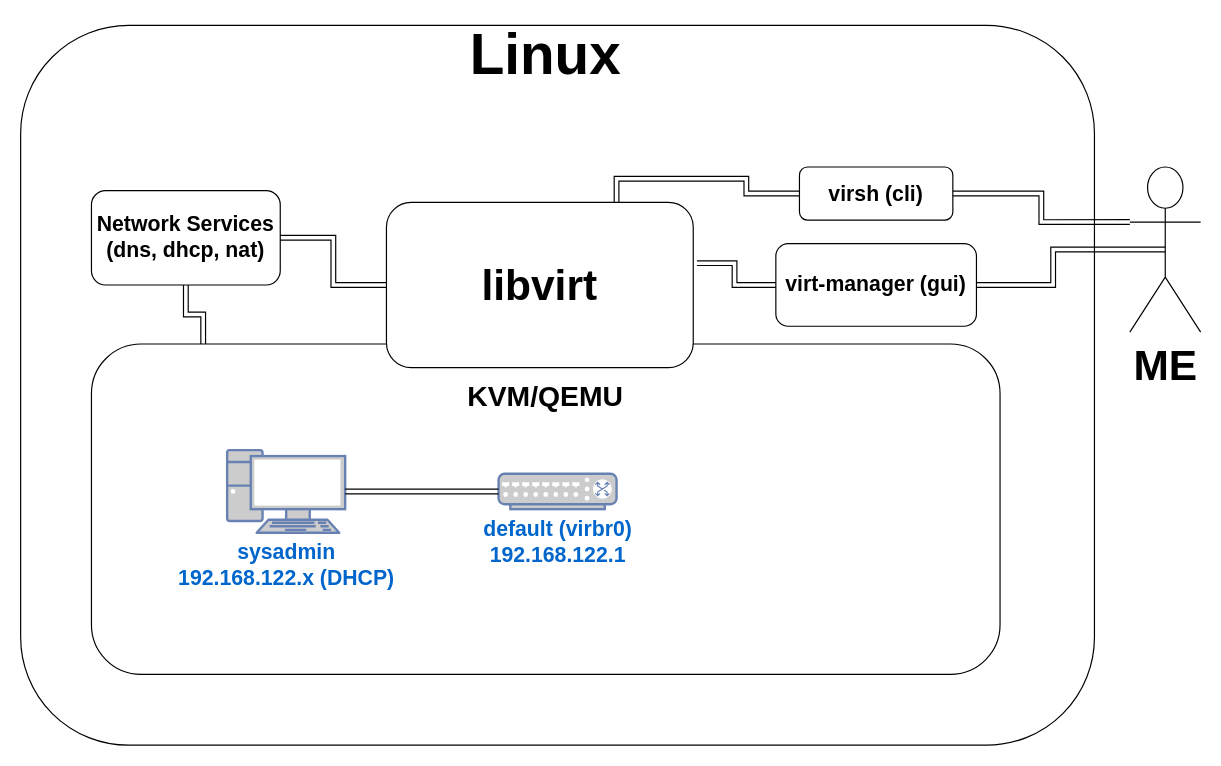
The draw.io diagram content/labs/diagrams/lab-00-setup.drawio in bsebhat/bsebhat.github.io, before the edit. Source tidied: cells renumbered, new cells numbered last; positions are measured from the earlier drawing's top-left corner, leaving out a move shared by most shapes. Both pictures are drawn from the tidied source at 118%, with x=0, y=0 at pixel (20, 25).
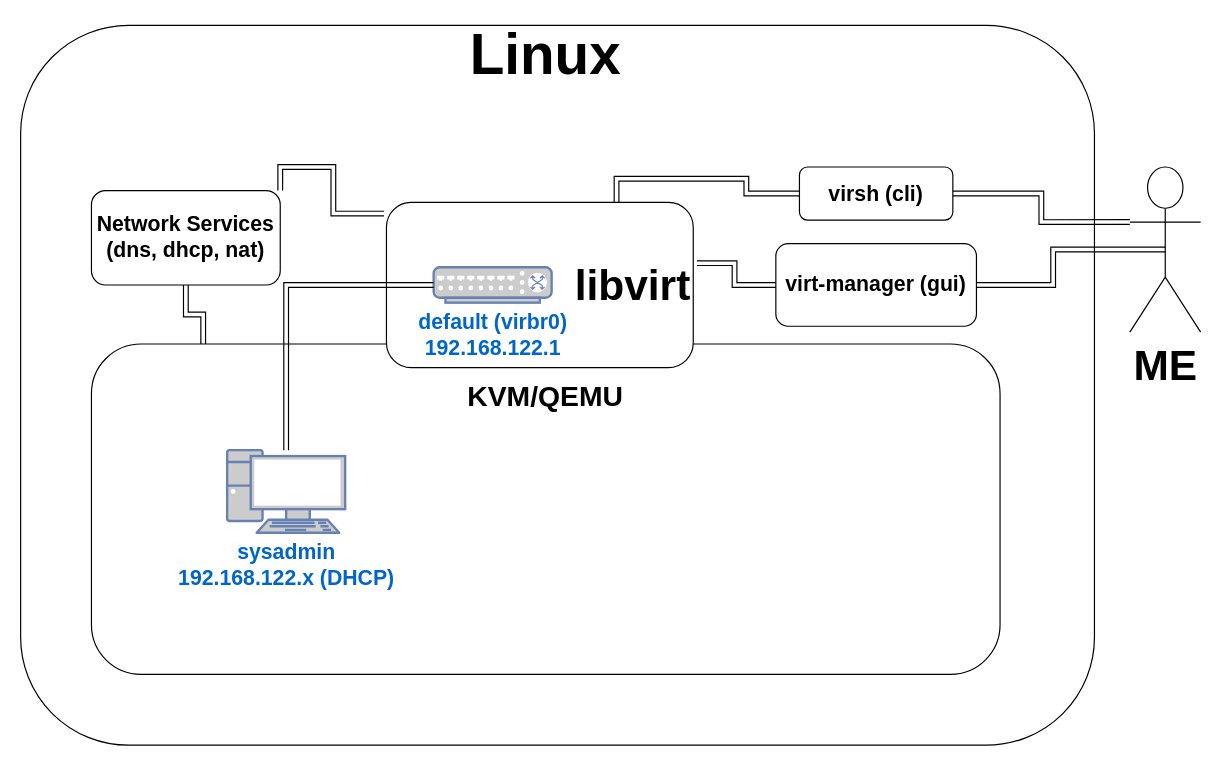
Above is the later version.

Commit message (it also covers changes not shown here):
changes setup diagram to be more accurate

The change refers to these unchanged cells:
```xml
<mxCell id="3" style="group;" parent="1" vertex="1">
  <mxGeometry x="60" y="270" width="770" height="280" as="geometry" />
</mxCell>
<mxCell id="6" value="&lt;b&gt;&lt;font style=&quot;font-size: 18px;&quot;&gt;sysadmin&lt;br&gt;192.168.122.x (DHCP)&lt;/font&gt;&lt;/b&gt;" style="fontColor=#0066CC;verticalAlign=top;verticalLabelPosition=bottom;labelPosition=center;align=center;html=1;outlineConnect=0;fillColor=#CCCCCC;strokeColor=#6881B3;gradientColor=none;gradientDirection=north;strokeWidth=2;shape=mxgraph.networks.pc;" parent="3" vertex="1">
  <mxGeometry x="115" y="90" width="100" height="70" as="geometry" />
</mxCell>
<mxCell id="11" value="&lt;font style=&quot;font-size: 18px;&quot;&gt;&lt;b&gt;Network Services&lt;br&gt;(dns, dhcp, nat)&lt;/b&gt;&lt;/font&gt;" style="rounded=1;whiteSpace=wrap;html=1;" parent="1" vertex="1">
  <mxGeometry x="60" y="140" width="160" height="80" as="geometry" />
</mxCell>
```

Diff of the diagram source:
```diff
@@
-    <mxCell id="5" value="&lt;b style=&quot;border-color: var(--border-color);&quot;&gt;&lt;font style=&quot;border-color: var(--border-color); font-size: 18px;&quot;&gt;default (virbr0)&lt;br style=&quot;border-color: var(--border-color);&quot;&gt;192.168.122.1&lt;/font&gt;&lt;/b&gt;" style="fontColor=#0066CC;verticalAlign=top;verticalLabelPosition=bottom;labelPosition=center;align=center;html=1;outlineConnect=0;fillColor=#CCCCCC;strokeColor=#6881B3;gradientColor=none;gradientDirection=north;strokeWidth=2;shape=mxgraph.networks.switch;" parent="3" vertex="1">
-      <mxGeometry x="345" y="110" width="100" height="30" as="geometry" />
-    </mxCell>
@@
-    <mxCell id="7" style="edgeStyle=orthogonalEdgeStyle;shape=link;rounded=0;jettySize=auto;html=1;exitX=0;exitY=0.5;exitDx=0;exitDy=0;exitPerimeter=0;" parent="3" edge="1" source="5" target="6">
-      <mxGeometry relative="1" as="geometry" />
-    </mxCell>
@@
-    <mxCell id="9" style="edgeStyle=orthogonalEdgeStyle;shape=link;rounded=0;jettySize=auto;html=1;exitX=0;exitY=0.5;exitDx=0;exitDy=0;" parent="1" edge="1" source="10" target="11">
-      <mxGeometry relative="1" as="geometry" />
-    </mxCell>
-    <mxCell id="10" value="&lt;b style=&quot;border-color: var(--border-color);&quot;&gt;&lt;font style=&quot;font-size: 36px;&quot;&gt;libvirt&lt;/font&gt;&lt;/b&gt;" style="rounded=1;whiteSpace=wrap;html=1;" parent="1" vertex="1">
+    <mxCell id="10" value="&lt;b style=&quot;border-color: var(--border-color);&quot;&gt;&lt;font style=&quot;font-size: 36px;&quot;&gt;libvirt&lt;/font&gt;&lt;/b&gt;" style="rounded=1;whiteSpace=wrap;html=1;align=right;" parent="1" vertex="1">
       <mxGeometry x="310" y="150" width="260" height="140" as="geometry" />
     </mxCell>
@@
+    <mxCell id="5" value="&lt;b style=&quot;border-color: var(--border-color);&quot;&gt;&lt;font style=&quot;border-color: var(--border-color); font-size: 18px;&quot;&gt;default (virbr0)&lt;br style=&quot;border-color: var(--border-color);&quot;&gt;192.168.122.1&lt;/font&gt;&lt;/b&gt;" style="fontColor=#0066CC;verticalAlign=top;verticalLabelPosition=bottom;labelPosition=center;align=center;html=1;outlineConnect=0;fillColor=#CCCCCC;strokeColor=#6881B3;gradientColor=none;gradientDirection=north;strokeWidth=2;shape=mxgraph.networks.switch;" parent="1" vertex="1">
+      <mxGeometry x="350" y="205" width="100" height="30" as="geometry" />
+    </mxCell>
+    <mxCell id="7" style="edgeStyle=orthogonalEdgeStyle;shape=link;rounded=0;jettySize=auto;html=1;exitX=0;exitY=0.5;exitDx=0;exitDy=0;exitPerimeter=0;" parent="1" edge="1" source="5" target="6">
+      <mxGeometry relative="1" as="geometry" />
+    </mxCell>
+    <mxCell id="21" style="edgeStyle=orthogonalEdgeStyle;shape=link;rounded=0;jettySize=auto;html=1;exitX=1;exitY=0;exitDx=0;exitDy=0;entryX=-0.008;entryY=0.068;entryDx=0;entryDy=0;entryPerimeter=0;" parent="1" edge="1" source="11" target="10">
+      <mxGeometry relative="1" as="geometry" />
+    </mxCell>
```
